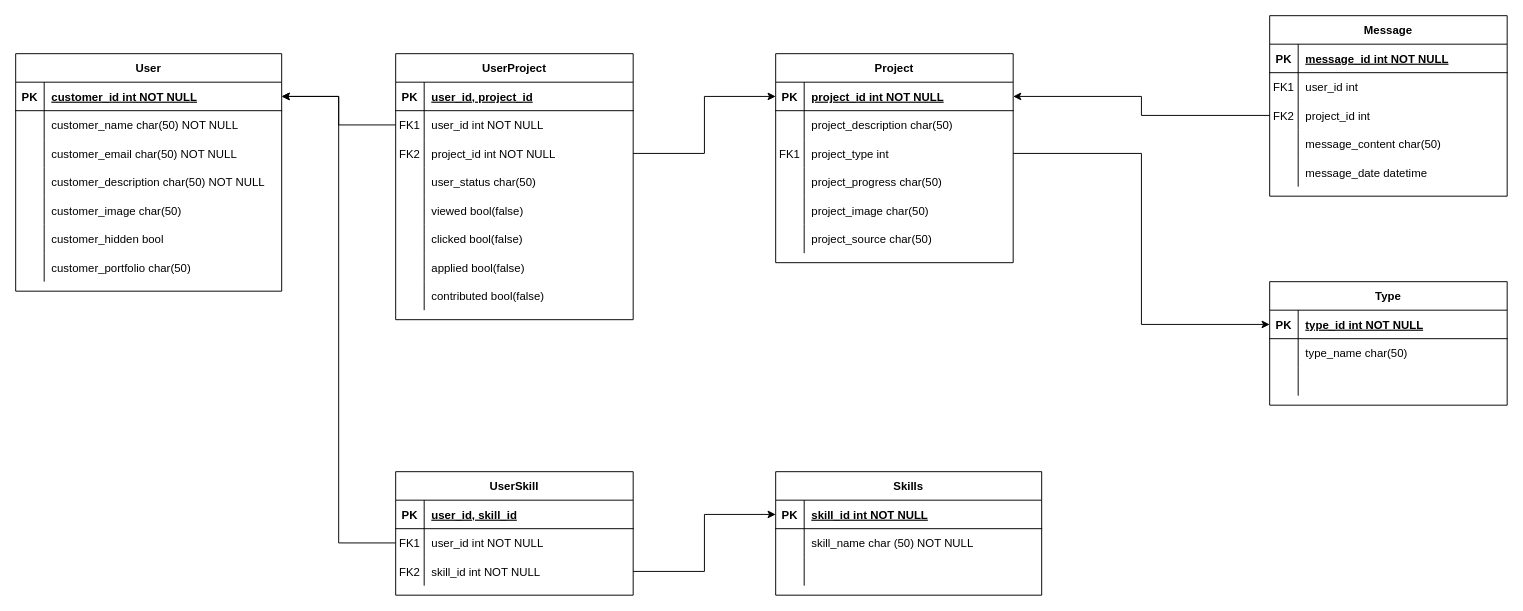
Earlier version of the draw.io diagram backend/lagalt_Db.drawio (zamFe/Lagalt). Source tidied: cells renumbered, new cells numbered last; positions are measured from the earlier drawing's top-left corner, leaving out a move shared by most shapes. Both pictures are drawn from the tidied source at 95%, with x=0, y=0 at pixel (15, 15).
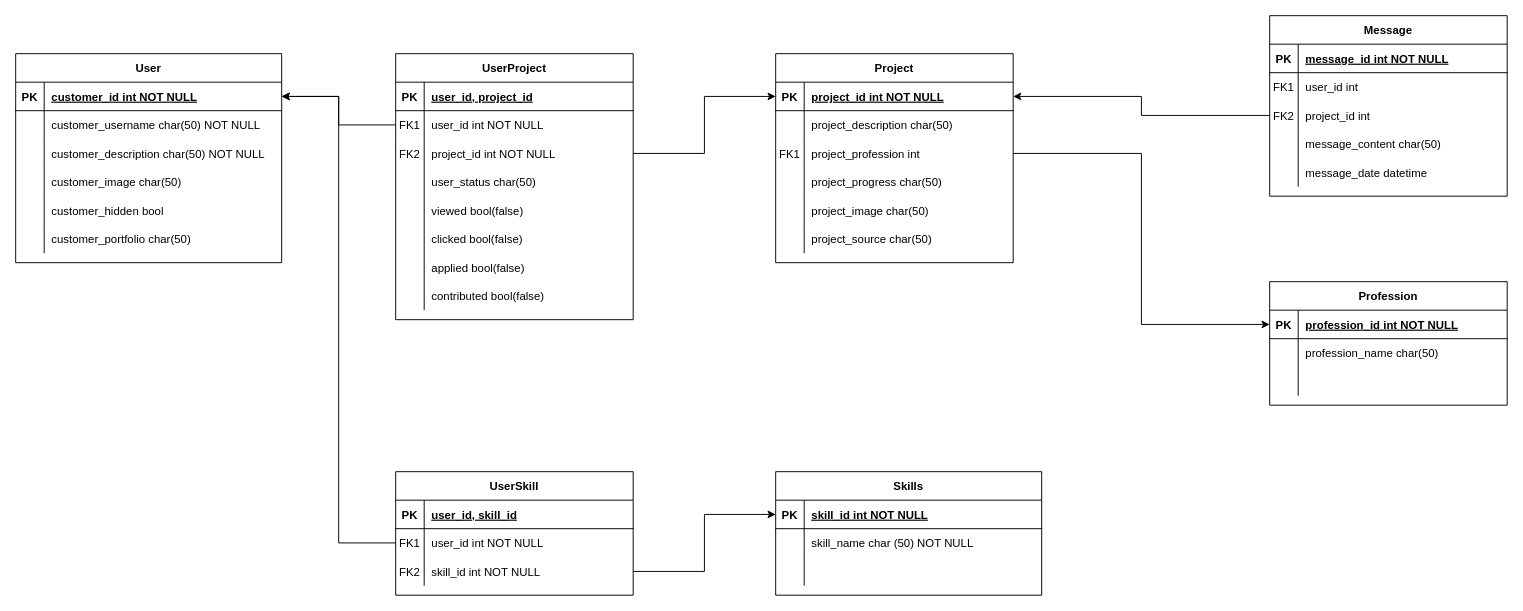
After the change.

Unchanged cells that the change refers to:
```xml
<mxCell id="9" style="shape=partialRectangle;fillColor=none;points=[[0,0.5],[1,0.5]];portConstraint=eastwest;top=0;left=0;right=0;bottom=0;" parent="2" vertex="1">
  <mxGeometry y="90" width="250" height="30" as="geometry" />
</mxCell>
<mxCell id="25" style="shape=partialRectangle;fillColor=none;top=0;left=0;right=0;bottom=0;" parent="21" vertex="1">
  <mxGeometry y="60" width="280" height="30" as="geometry" />
</mxCell>
<mxCell id="105" style="shape=partialRectangle;fillColor=none;points=[[0,0.5],[1,0.5]];portConstraint=eastwest;top=0;left=0;right=0;bottom=1;" parent="104" vertex="1">
  <mxGeometry y="30" width="250" height="30" as="geometry" />
</mxCell>
<mxCell id="108" style="shape=partialRectangle;fillColor=none;top=0;left=0;right=0;bottom=0;" parent="104" vertex="1">
  <mxGeometry y="60" width="250" height="30" as="geometry" />
</mxCell>
```

The edit, as a diff of the source:
```diff
@@
-    <mxCell id="11" value="project_type int" style="shape=partialRectangle;overflow=hidden;fillColor=none;top=0;left=0;bottom=0;right=0;align=left;spacingLeft=6;" parent="9" vertex="1">
+    <mxCell id="11" value="project_profession int" style="shape=partialRectangle;overflow=hidden;fillColor=none;top=0;left=0;bottom=0;right=0;align=left;spacingLeft=6;" parent="9" vertex="1">
       <mxGeometry x="30" width="220" height="30" as="geometry" />
     </mxCell>
@@
     <mxCell id="21" value="User" style="shape=table;startSize=30;childLayout=tableLayout;rowLines=0;fontStyle=1;align=center;" parent="1" vertex="1">
-      <mxGeometry y="40" width="280" height="250" as="geometry" />
+      <mxGeometry y="40" width="280" height="220" as="geometry" />
     </mxCell>
@@
-    <mxCell id="27" value="customer_name char(50) NOT NULL" style="shape=partialRectangle;overflow=hidden;fillColor=none;top=0;left=0;bottom=0;right=0;align=left;spacingLeft=6;" parent="25" vertex="1">
+    <mxCell id="27" value="customer_username char(50) NOT NULL" style="shape=partialRectangle;overflow=hidden;fillColor=none;top=0;left=0;bottom=0;right=0;align=left;spacingLeft=6;" parent="25" vertex="1">
       <mxGeometry x="30" width="250" height="30" as="geometry" />
     </mxCell>
-    <mxCell id="28" style="shape=partialRectangle;fillColor=none;top=0;left=0;right=0;bottom=0;" parent="21" vertex="1">
-      <mxGeometry y="90" width="280" height="30" as="geometry" />
-    </mxCell>
-    <mxCell id="29" style="shape=partialRectangle;overflow=hidden;fillColor=none;top=0;left=0;bottom=0;right=0;" parent="28" vertex="1">
-      <mxGeometry width="30" height="30" as="geometry" />
-    </mxCell>
-    <mxCell id="30" value="customer_email char(50) NOT NULL" style="shape=partialRectangle;overflow=hidden;fillColor=none;top=0;left=0;bottom=0;right=0;align=left;spacingLeft=6;" parent="28" vertex="1">
-      <mxGeometry x="30" width="250" height="30" as="geometry" />
-    </mxCell>
     <mxCell id="31" style="shape=partialRectangle;fillColor=none;top=0;left=0;right=0;bottom=0;" parent="21" vertex="1">
-      <mxGeometry y="120" width="280" height="30" as="geometry" />
+      <mxGeometry y="90" width="280" height="30" as="geometry" />
     </mxCell>
@@
     <mxCell id="34" style="shape=partialRectangle;fillColor=none;top=0;left=0;right=0;bottom=0;" parent="21" vertex="1">
-      <mxGeometry y="150" width="280" height="30" as="geometry" />
+      <mxGeometry y="120" width="280" height="30" as="geometry" />
     </mxCell>
@@
     <mxCell id="37" style="shape=partialRectangle;fillColor=none;top=0;left=0;right=0;bottom=0;" parent="21" vertex="1">
-      <mxGeometry y="180" width="280" height="30" as="geometry" />
+      <mxGeometry y="150" width="280" height="30" as="geometry" />
     </mxCell>
@@
     <mxCell id="40" style="shape=partialRectangle;fillColor=none;top=0;left=0;right=0;bottom=0;" parent="21" vertex="1">
-      <mxGeometry y="210" width="280" height="30" as="geometry" />
+      <mxGeometry y="180" width="280" height="30" as="geometry" />
     </mxCell>
@@
-    <mxCell id="104" value="Type" style="shape=table;startSize=30;childLayout=tableLayout;rowLines=0;fontStyle=1;align=center;" parent="1" vertex="1">
+    <mxCell id="104" value="Profession" style="shape=table;startSize=30;childLayout=tableLayout;rowLines=0;fontStyle=1;align=center;" parent="1" vertex="1">
       <mxGeometry x="1320" y="280" width="250" height="130" as="geometry" />
     </mxCell>
@@
-    <mxCell id="107" value="type_id int NOT NULL" style="shape=partialRectangle;overflow=hidden;fillColor=none;top=0;left=0;bottom=0;right=0;align=left;spacingLeft=6;fontStyle=5;" parent="105" vertex="1">
+    <mxCell id="107" value="profession_id int NOT NULL" style="shape=partialRectangle;overflow=hidden;fillColor=none;top=0;left=0;bottom=0;right=0;align=left;spacingLeft=6;fontStyle=5;" parent="105" vertex="1">
       <mxGeometry x="30" width="220" height="30" as="geometry" />
     </mxCell>
@@
-    <mxCell id="110" value="type_name char(50)" style="shape=partialRectangle;overflow=hidden;fillColor=none;top=0;left=0;bottom=0;right=0;align=left;spacingLeft=6;" parent="108" vertex="1">
+    <mxCell id="110" value="profession_name char(50)" style="shape=partialRectangle;overflow=hidden;fillColor=none;top=0;left=0;bottom=0;right=0;align=left;spacingLeft=6;" parent="108" vertex="1">
       <mxGeometry x="30" width="220" height="30" as="geometry" />
     </mxCell>
```
